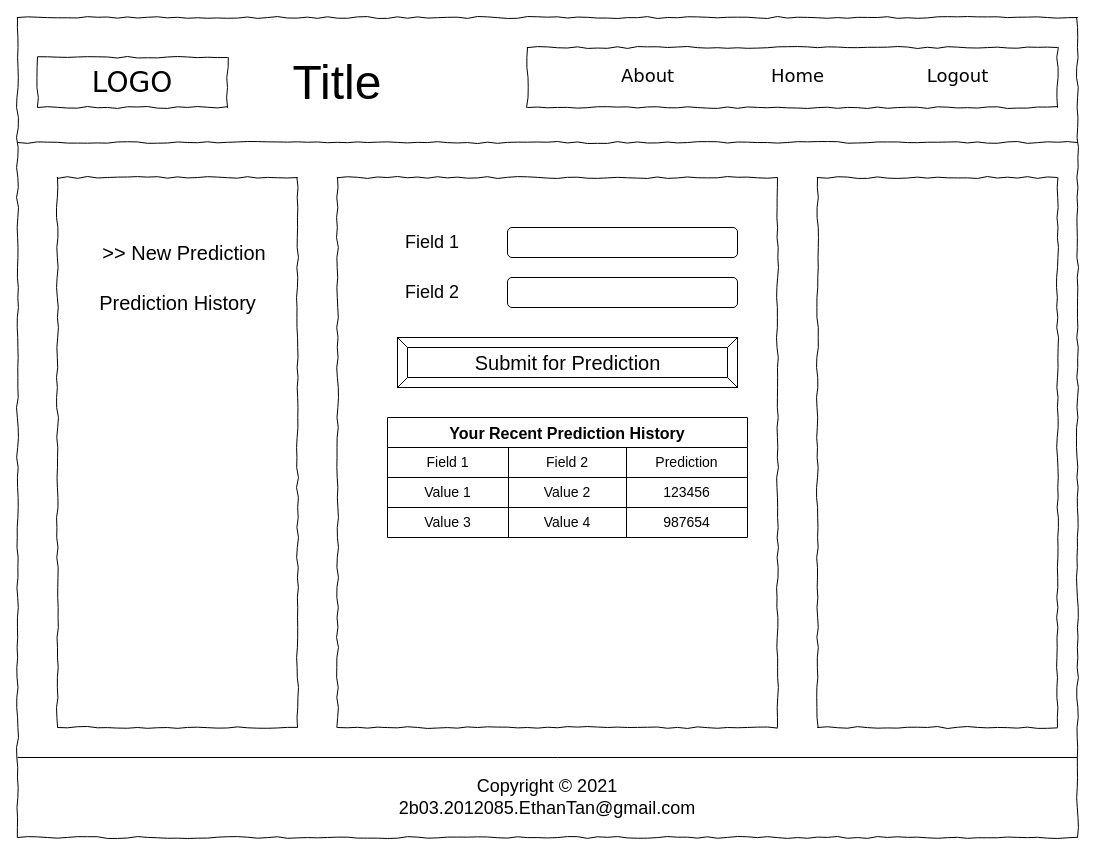
Above: page "Home (new prediction) Page" (4 of 5) of app/wireframes/wireframe-for-site.drawio in ethanolx/SG-Resale-Housing-py (draw.io), before the change. Source tidied: cells renumbered, new cells numbered last; positions are measured from the earlier drawing's top-left corner, leaving out a move shared by most shapes. Both pictures are drawn from the tidied source at 100%, with x=0, y=0 at pixel (17, 17).
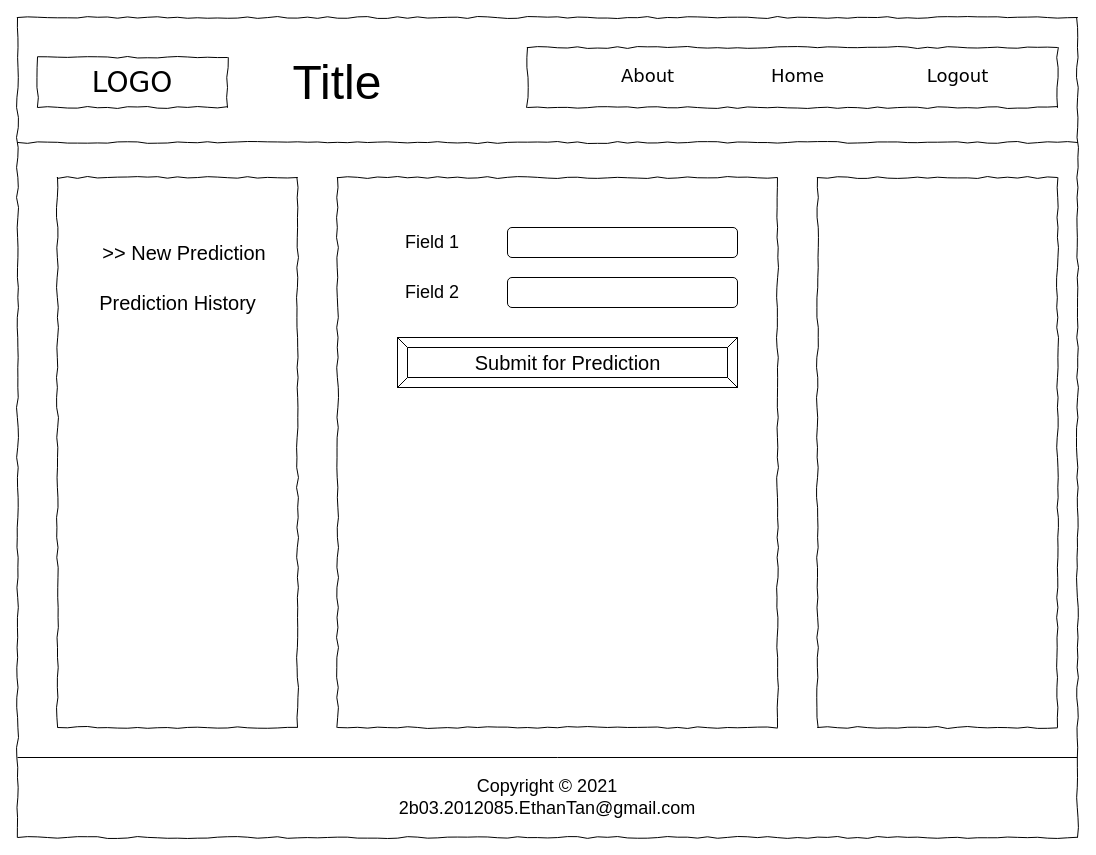
The same diagram, later.

The edit, as a diff of the source:
```diff
@@
-    <mxCell id="23" value="Your Recent Prediction History" style="shape=table;startSize=30;childLayout=tableLayout;fontStyle=1;align=center;fontSize=16;" parent="1" vertex="1">
-      <mxGeometry x="370" y="400" width="360" height="120" as="geometry" />
-    </mxCell>
-    <mxCell id="24" style="shape=partialRectangle;html=1;whiteSpace=wrap;fillColor=none;top=0;left=0;bottom=0;right=0;" parent="23" vertex="1">
-      <mxGeometry y="30" width="360" height="30" as="geometry" />
-    </mxCell>
-    <mxCell id="25" value="Field 1" style="shape=partialRectangle;html=1;whiteSpace=wrap;fillColor=none;top=0;left=0;bottom=0;right=0;overflow=hidden;fontSize=14;" parent="24" vertex="1">
-      <mxGeometry width="121" height="30" as="geometry" />
-    </mxCell>
-    <mxCell id="26" value="Field 2" style="shape=partialRectangle;html=1;whiteSpace=wrap;fillColor=none;top=0;left=0;bottom=0;right=0;overflow=hidden;fontSize=14;" parent="24" vertex="1">
-      <mxGeometry x="121" width="118" height="30" as="geometry" />
-    </mxCell>
-    <mxCell id="27" value="Prediction" style="shape=partialRectangle;html=1;whiteSpace=wrap;fillColor=none;top=0;left=0;bottom=0;right=0;overflow=hidden;fontSize=14;" parent="24" vertex="1">
-      <mxGeometry x="239" width="121" height="30" as="geometry" />
-    </mxCell>
-    <mxCell id="28" style="shape=partialRectangle;html=1;whiteSpace=wrap;fillColor=none;top=0;left=0;bottom=0;right=0;fontSize=14;" parent="23" vertex="1">
-      <mxGeometry y="60" width="360" height="30" as="geometry" />
-    </mxCell>
-    <mxCell id="29" value="Value 1" style="shape=partialRectangle;html=1;whiteSpace=wrap;fillColor=none;top=0;left=0;bottom=0;right=0;overflow=hidden;fontSize=14;" parent="28" vertex="1">
-      <mxGeometry width="121" height="30" as="geometry" />
-    </mxCell>
-    <mxCell id="30" value="Value 2" style="shape=partialRectangle;html=1;whiteSpace=wrap;fillColor=none;top=0;left=0;bottom=0;right=0;overflow=hidden;fontSize=14;" parent="28" vertex="1">
-      <mxGeometry x="121" width="118" height="30" as="geometry" />
-    </mxCell>
-    <mxCell id="31" value="123456" style="shape=partialRectangle;html=1;whiteSpace=wrap;fillColor=none;top=0;left=0;bottom=0;right=0;overflow=hidden;fontSize=14;" parent="28" vertex="1">
-      <mxGeometry x="239" width="121" height="30" as="geometry" />
-    </mxCell>
-    <mxCell id="32" style="shape=partialRectangle;html=1;whiteSpace=wrap;fillColor=none;top=0;left=0;bottom=0;right=0;" parent="23" vertex="1">
-      <mxGeometry y="90" width="360" height="30" as="geometry" />
-    </mxCell>
-    <mxCell id="33" value="Value 3" style="shape=partialRectangle;html=1;whiteSpace=wrap;fillColor=none;top=0;left=0;bottom=0;right=0;overflow=hidden;fontSize=14;" parent="32" vertex="1">
-      <mxGeometry width="121" height="30" as="geometry" />
-    </mxCell>
-    <mxCell id="34" value="Value 4" style="shape=partialRectangle;html=1;whiteSpace=wrap;fillColor=none;top=0;left=0;bottom=0;right=0;overflow=hidden;fontSize=14;" parent="32" vertex="1">
-      <mxGeometry x="121" width="118" height="30" as="geometry" />
-    </mxCell>
-    <mxCell id="35" value="987654" style="shape=partialRectangle;html=1;whiteSpace=wrap;fillColor=none;top=0;left=0;bottom=0;right=0;overflow=hidden;fontSize=14;" parent="32" vertex="1">
-      <mxGeometry x="239" width="121" height="30" as="geometry" />
-    </mxCell>
```
